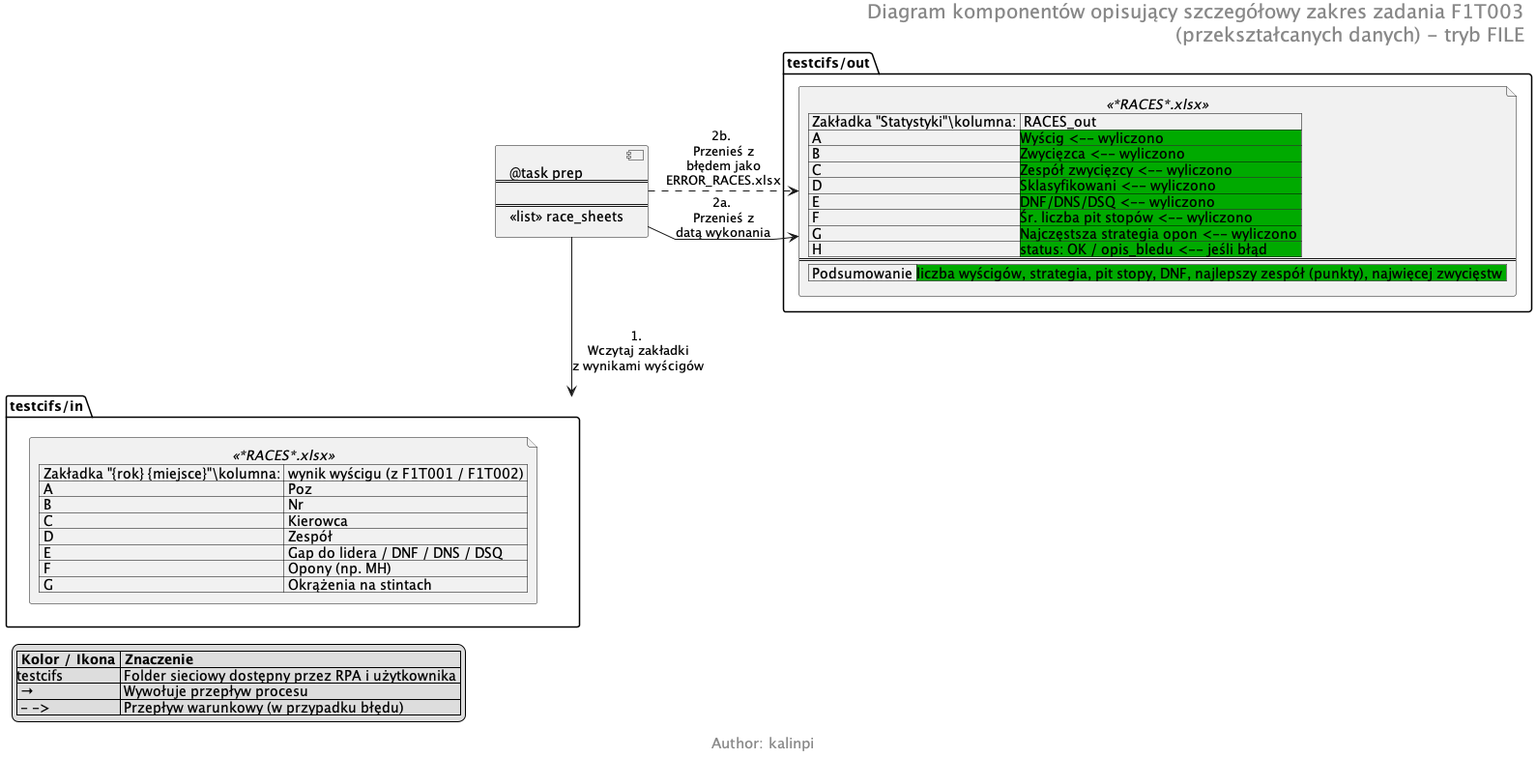
kalinpi/f1-rpa keeps this PlantUML diagram as file/f1t003/docs/PL/1_task_prep_Component_Diagram.png. Above is the earlier version. Its diagram source:
```plantuml
@startuml
skinparam HeaderFontSize 20
skinparam FooterFontSize 15
header
Diagram komponentów opisujący szczegółowy zakres zadania F1T003
(przekształcanych danych) - tryb FILE
endheader
footer Author: kalinpi
allowmixing
skinparam linetype polyline

component Robot [
@task prep
====

====
<<list>> race_sheets
]

folder "testcifs/in" {
  file RIN <<*RACES*.xlsx>> [
  | Zakładka "{rok} {miejsce}"\kolumna: | wynik wyścigu (z F1T001 / F1T002) |
  | A | Poz |
  | B | Nr |
  | C | Kierowca |
  | D | Zespół |
  | E | Gap do lidera / DNF / DNS / DSQ |
  | F | Opony (np. MH) |
  | G | Okrążenia na stintach |
  ]
}

folder "testcifs/out" {
  file ROUT <<*RACES*.xlsx>> [
  | Zakładka "Statystyki"\kolumna: | RACES_out |
  | A | <#00AA00>Wyścig <-- wyliczono |
  | B | <#00AA00>Zwycięzca <-- wyliczono |
  | C | <#00AA00>Zespół zwycięzcy <-- wyliczono |
  | D | <#00AA00>Sklasyfikowani <-- wyliczono |
  | E | <#00AA00>DNF/DNS/DSQ <-- wyliczono |
  | F | <#00AA00>Śr. liczba pit stopów <-- wyliczono |
  | G | <#00AA00>Najczęstsza strategia opon <-- wyliczono |
  | H | <#00AA00>status: OK / opis_bledu <-- jeśli błąd |
  ====
  | Podsumowanie | <#00AA00>liczba wyścigów, strategia, pit stopy, DNF, najlepszy zespół (punkty), najwięcej zwycięstw |
  ]
}

Robot -d-> "testcifs/in" : 1. \nWczytaj zakładki\nz wynikami wyścigów
Robot -r-> ROUT          : 2a. \nPrzenieś z\ndatą wykonania
Robot .r.> ROUT          : 2b. \nPrzenieś z\nbłędem jako\nERROR_RACES.xlsx

legend bottom left
  |= Kolor / Ikona |= Znaczenie |
  |testcifs| Folder sieciowy dostępny przez RPA i użytkownika |
  | →   | Wywołuje przepływ procesu |
  | - ->| Przepływ warunkowy (w przypadku błędu)  |
endlegend
@enduml
```
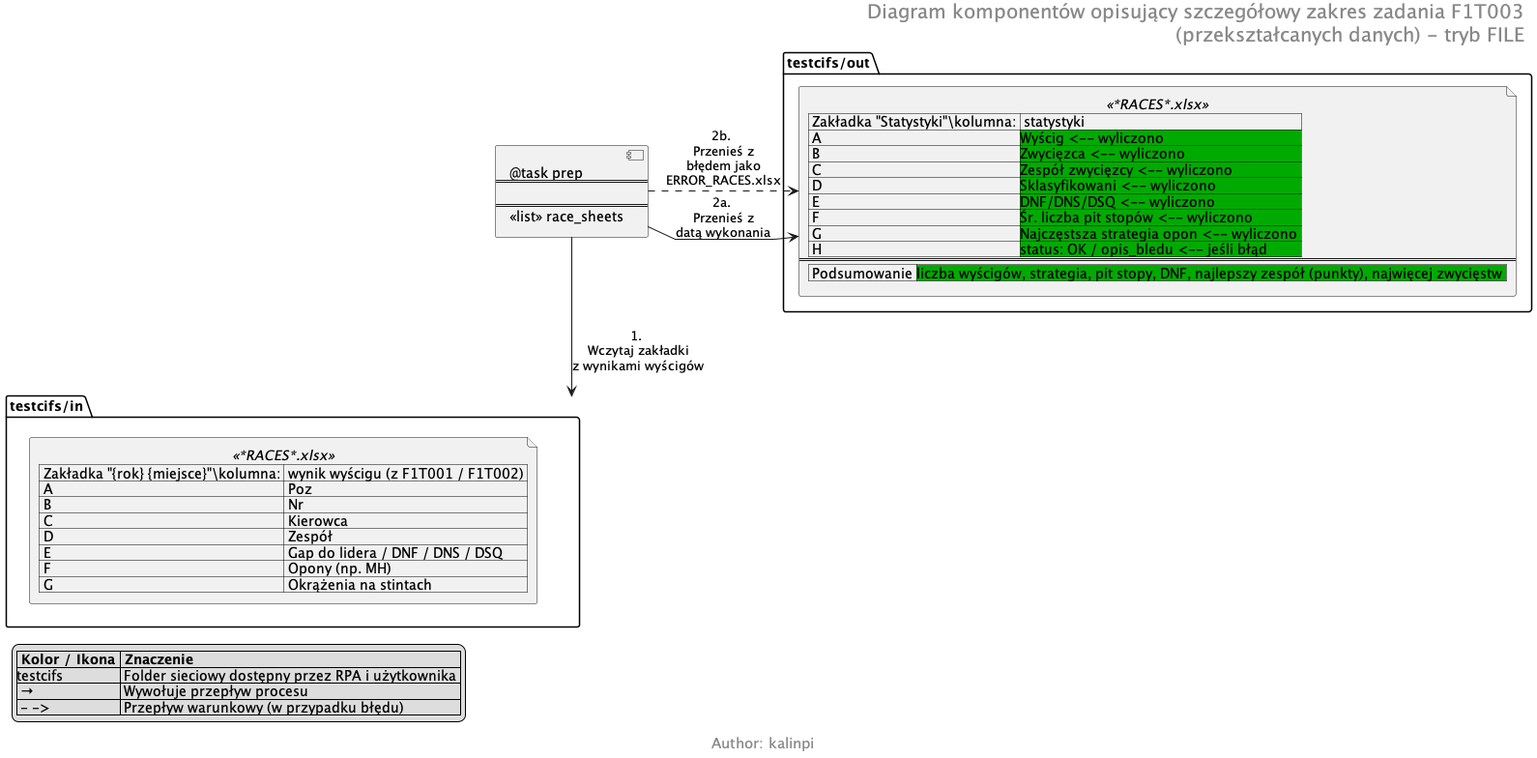
After the change.

Diff of the diagram source:
```diff
@@ -32,7 +32,7 @@
 
 folder "testcifs/out" {
   file ROUT <<*RACES*.xlsx>> [
-  | Zakładka "Statystyki"\kolumna: | RACES_out |
+  | Zakładka "Statystyki"\kolumna: | statystyki |
   | A | <#00AA00>Wyścig <-- wyliczono |
   | B | <#00AA00>Zwycięzca <-- wyliczono |
   | C | <#00AA00>Zespół zwycięzcy <-- wyliczono |
```
